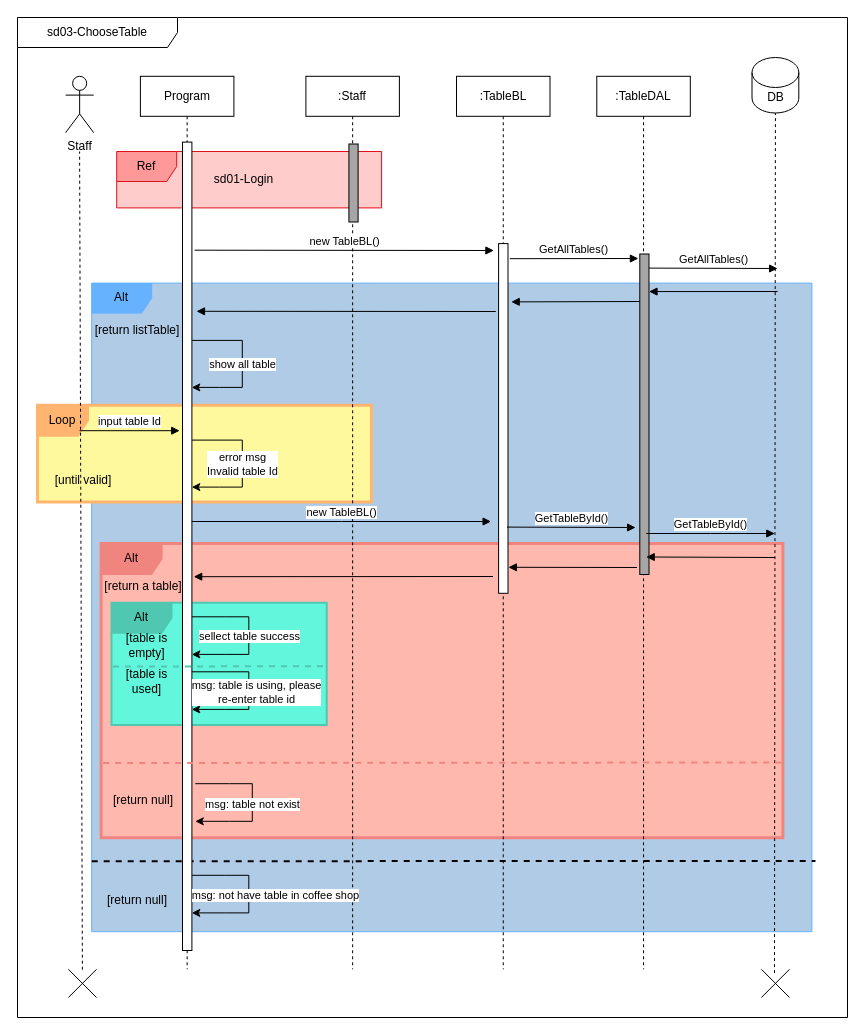
Earlier version of the draw.io diagram page "Choose Table" (3 of 9) of Diagram/Sequence_Diagram/Sequence Diagram.drawio (NDuc-Dev/Project-1). Source tidied: cells renumbered, new cells numbered last; positions are measured from the earlier drawing's top-left corner, leaving out a move shared by most shapes. Both pictures are drawn from the tidied source at 100%, with x=0, y=0 at pixel (17, 17).
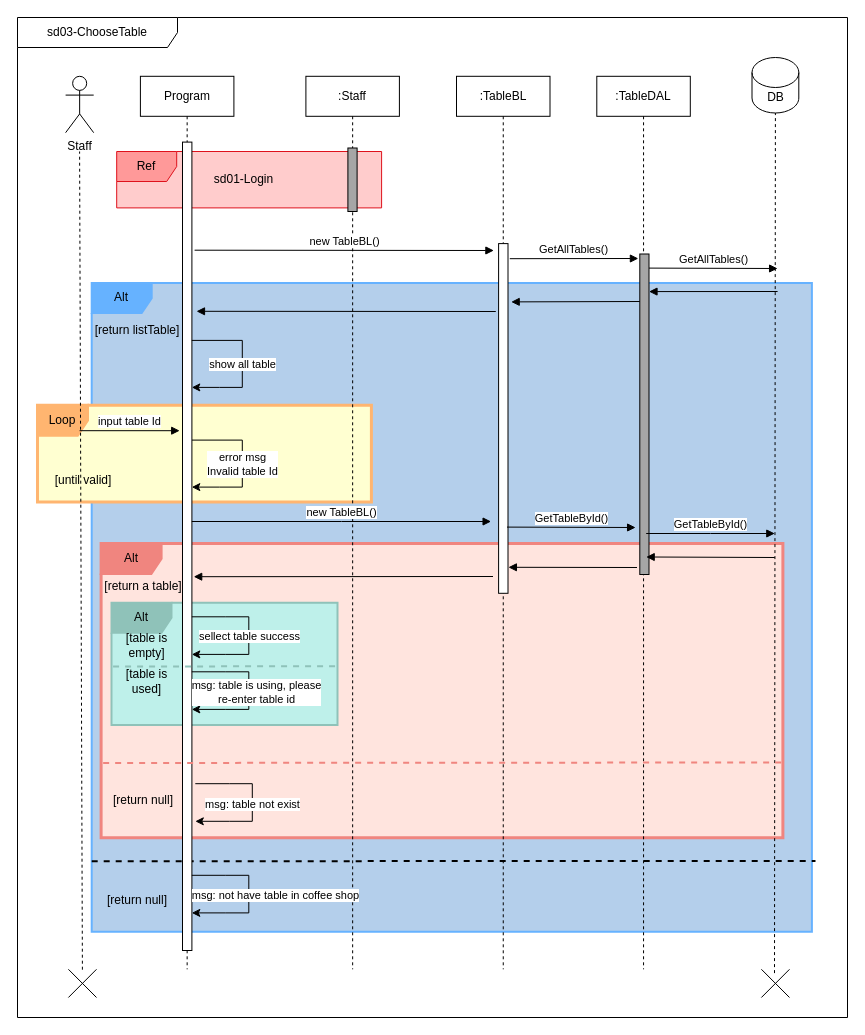
After the change.

The change refers to these unchanged cells:
```xml
<mxCell id="4" style="group;" parent="2" vertex="1">
  <mxGeometry x="20" y="40" width="778" height="940" as="geometry" />
</mxCell>
```

Change to the diagram source:
```diff
@@
-    <mxCell id="5" value="Alt" style="shape=umlFrame;whiteSpace=wrap;html=1;width=60;height=30;swimlaneFillColor=#B0CBE6;fillColor=#66B2FF;strokeColor=#66B2FF;" parent="4" vertex="1">
+    <mxCell id="5" value="Alt" style="shape=umlFrame;whiteSpace=wrap;html=1;width=60;height=30;swimlaneFillColor=#B4CFEB;fillColor=#66B2FF;strokeColor=#66B2FF;strokeWidth=2;" parent="4" vertex="1">
       <mxGeometry x="54.2" y="225.6" width="720.2" height="648.6" as="geometry" />
     </mxCell>
-    <mxCell id="6" value="Loop" style="shape=umlFrame;whiteSpace=wrap;html=1;width=50;height=30;fillColor=#FFB570;strokeColor=#FFB570;swimlaneFillColor=#FFF99E;strokeWidth=3;" parent="4" vertex="1">
+    <mxCell id="6" value="Loop" style="shape=umlFrame;whiteSpace=wrap;html=1;width=50;height=30;fillColor=#FFB570;strokeColor=#FFB570;swimlaneFillColor=#FFFFD1;strokeWidth=3;" parent="4" vertex="1">
       <mxGeometry y="347.8" width="333.9" height="96.8" as="geometry" />
     </mxCell>
-    <mxCell id="7" value="Alt" style="shape=umlFrame;whiteSpace=wrap;html=1;width=60;height=30;swimlaneFillColor=#ffb8ad;fillColor=#F0857F;strokeColor=#F0857F;strokeWidth=3;" parent="4" vertex="1">
+    <mxCell id="7" value="Alt" style="shape=umlFrame;whiteSpace=wrap;html=1;width=60;height=30;swimlaneFillColor=#FFE4DE;fillColor=#F0857F;strokeColor=#F0857F;strokeWidth=3;" parent="4" vertex="1">
       <mxGeometry x="63.6" y="486" width="681.8" height="294.2" as="geometry" />
     </mxCell>
-    <mxCell id="8" value="Alt" style="shape=umlFrame;whiteSpace=wrap;html=1;width=60;height=30;swimlaneFillColor=#62F7DC;fillColor=#4FC7B1;strokeColor=#4FC7B1;strokeWidth=2;" parent="4" vertex="1">
-      <mxGeometry x="74" y="545.2" width="215.2" height="122.2" as="geometry" />
+    <mxCell id="8" value="Alt" style="shape=umlFrame;whiteSpace=wrap;html=1;width=60;height=30;swimlaneFillColor=#BEF0EA;fillColor=#8FC2B9;strokeColor=#8FC2B9;strokeWidth=2;" parent="4" vertex="1">
+      <mxGeometry x="74" y="545.2" width="226" height="122.2" as="geometry" />
     </mxCell>
@@
     <mxCell id="16" style="html=1;perimeter=orthogonalPerimeter;targetShapes=umlLifeline;newEdgeStyle={&quot;edgeStyle&quot;:&quot;elbowEdgeStyle&quot;,&quot;elbow&quot;:&quot;vertical&quot;,&quot;curved&quot;:0,&quot;rounded&quot;:0};fillColor=#A6A6A6;" parent="4" vertex="1">
-      <mxGeometry x="311.4" y="86.5" width="9.2" height="78" as="geometry" />
+      <mxGeometry x="310.4" y="90.5" width="9.2" height="63.5" as="geometry" />
     </mxCell>
@@
-    <mxCell id="49" style="endArrow=none;dashed=1;html=1;rounded=0;exitX=0.007;exitY=0.523;exitDx=0;exitDy=0;exitPerimeter=0;entryX=1;entryY=0.519;entryDx=0;entryDy=0;entryPerimeter=0;strokeColor=#4FC7B1;strokeWidth=2;" parent="4" edge="1" source="8" target="8">
+    <mxCell id="49" style="endArrow=none;dashed=1;html=1;rounded=0;exitX=0.007;exitY=0.523;exitDx=0;exitDy=0;exitPerimeter=0;entryX=1;entryY=0.519;entryDx=0;entryDy=0;entryPerimeter=0;strokeColor=#8FC2B9;strokeWidth=2;" parent="4" edge="1" source="8" target="8">
       <mxGeometry relative="1" as="geometry" />
     </mxCell>
```
